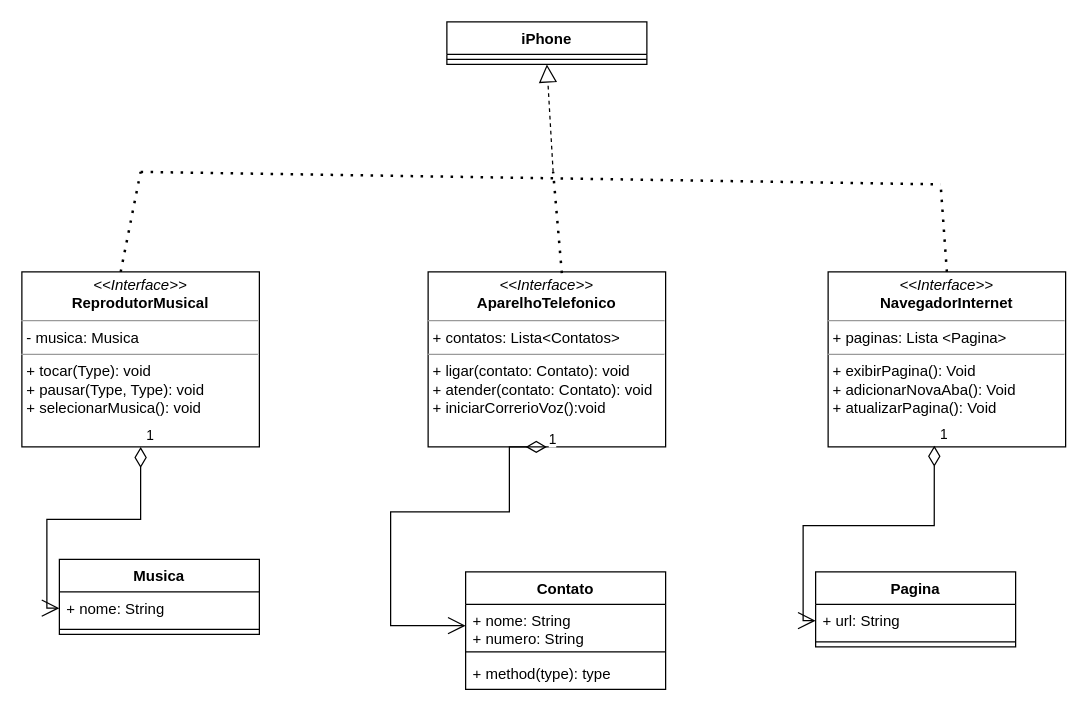
endobrasil/EstudoJava keeps this draw.io diagram as dioJavaAWS/desafios/ClasseIphone/Diagrama sem nome.drawio. Above is the earlier version. Source tidied: cells renumbered, new cells numbered last; positions are measured from the earlier drawing's top-left corner, leaving out a move shared by most shapes. Both pictures are drawn from the tidied source at 125%, with x=0, y=0 at pixel (21, 21).
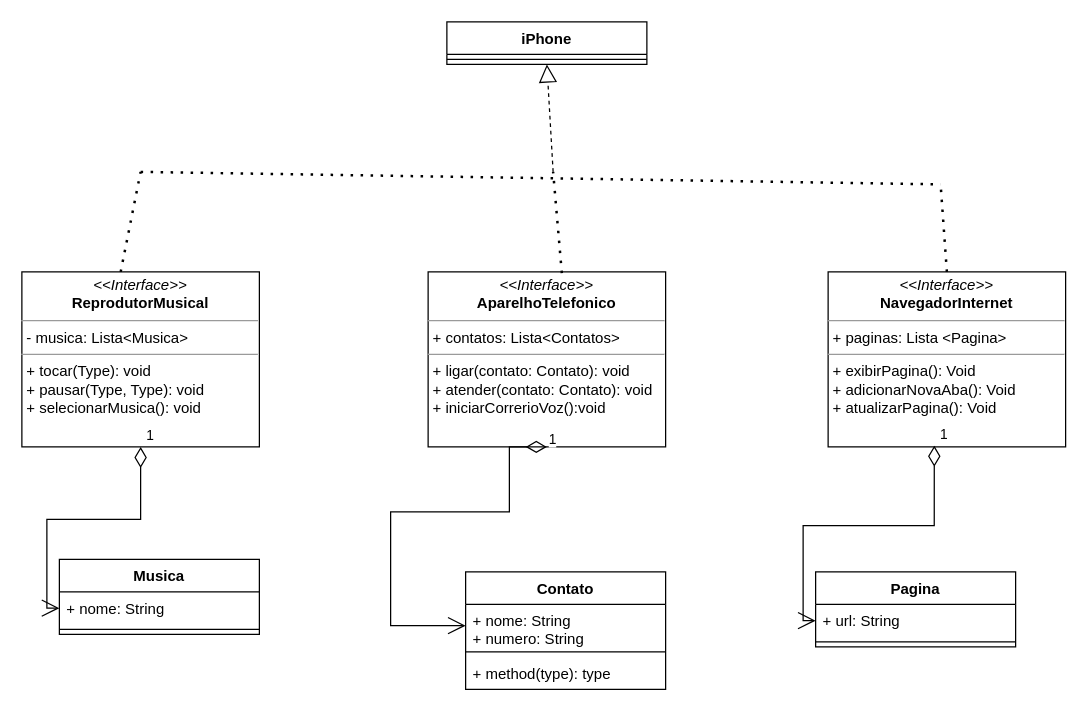
After the change.

Change to the diagram source:
```diff
@@
-    <mxCell id="2" value="&lt;p style=&quot;margin:0px;margin-top:4px;text-align:center;&quot;&gt;&lt;i&gt;&amp;lt;&amp;lt;Interface&amp;gt;&amp;gt;&lt;/i&gt;&lt;br&gt;&lt;b&gt;ReprodutorMusical&lt;/b&gt;&lt;/p&gt;&lt;hr size=&quot;1&quot;&gt;&lt;p style=&quot;margin:0px;margin-left:4px;&quot;&gt;- musica: Musica&lt;br&gt;&lt;/p&gt;&lt;hr size=&quot;1&quot;&gt;&lt;p style=&quot;margin:0px;margin-left:4px;&quot;&gt;+ tocar(Type): void&lt;br&gt;+ pausar(Type, Type): void&lt;/p&gt;&lt;p style=&quot;margin:0px;margin-left:4px;&quot;&gt;+ selecionarMusica(): void&lt;br&gt;&lt;/p&gt;" style="verticalAlign=top;align=left;overflow=fill;fontSize=12;fontFamily=Helvetica;html=1;whiteSpace=wrap;" parent="1" vertex="1">
+    <mxCell id="2" value="&lt;p style=&quot;margin:0px;margin-top:4px;text-align:center;&quot;&gt;&lt;i&gt;&amp;lt;&amp;lt;Interface&amp;gt;&amp;gt;&lt;/i&gt;&lt;br&gt;&lt;b&gt;ReprodutorMusical&lt;/b&gt;&lt;/p&gt;&lt;hr size=&quot;1&quot;&gt;&lt;p style=&quot;margin:0px;margin-left:4px;&quot;&gt;- musica: Lista&amp;lt;Musica&amp;gt;&lt;br&gt;&lt;/p&gt;&lt;hr size=&quot;1&quot;&gt;&lt;p style=&quot;margin:0px;margin-left:4px;&quot;&gt;+ tocar(Type): void&lt;br&gt;+ pausar(Type, Type): void&lt;/p&gt;&lt;p style=&quot;margin:0px;margin-left:4px;&quot;&gt;+ selecionarMusica(): void&lt;br&gt;&lt;/p&gt;" style="verticalAlign=top;align=left;overflow=fill;fontSize=12;fontFamily=Helvetica;html=1;whiteSpace=wrap;" parent="1" vertex="1">
       <mxGeometry y="200" width="190" height="140" as="geometry" />
     </mxCell>
```
